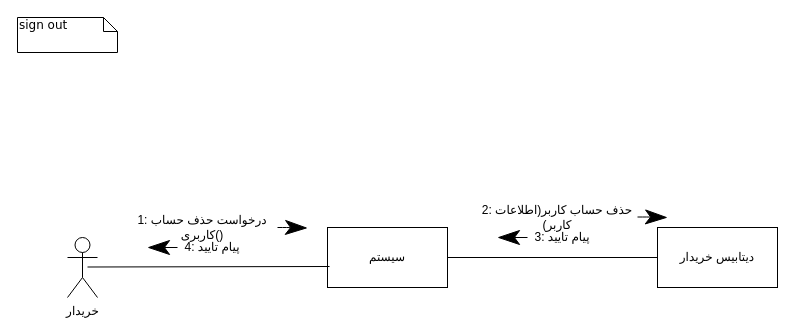
The draw.io diagram Behavioural Modeling/Communication Diagrams/customer_sign_out.drawio in khoramian/TahDig_SoftwareEngineering, before the edit. Source tidied: cells renumbered, new cells numbered last; positions are measured from the earlier drawing's top-left corner, leaving out a move shared by most shapes. Both pictures are drawn from the tidied source at 100%, with x=0, y=0 at pixel (17, 17).
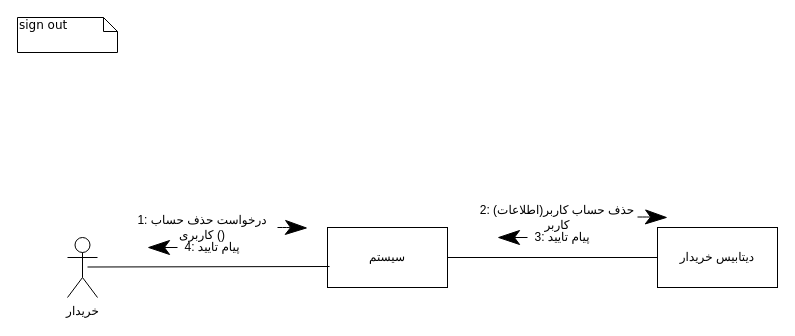
The same page after the edit.

The edit, as a diff of the source:
```diff
@@
-    <mxCell id="6" value="1: درخواست حذف حساب کاربری()" style="text;html=1;strokeColor=none;fillColor=none;align=center;verticalAlign=middle;whiteSpace=wrap;rounded=0;" parent="1" vertex="1">
+    <mxCell id="6" value="1: درخواست حذف حساب کاربری ()" style="text;html=1;strokeColor=none;fillColor=none;align=center;verticalAlign=middle;whiteSpace=wrap;rounded=0;" parent="1" vertex="1">
       <mxGeometry x="110" y="200" width="150" height="20" as="geometry" />
     </mxCell>
@@
-    <mxCell id="11" value="2: حذف حساب کاربر(اطلاعات کاربر)" style="text;html=1;strokeColor=none;fillColor=none;align=center;verticalAlign=middle;whiteSpace=wrap;rounded=0;" parent="1" vertex="1">
+    <mxCell id="11" value="2: (حذف حساب کاربر(اطلاعات کاربر" style="text;html=1;strokeColor=none;fillColor=none;align=center;verticalAlign=middle;whiteSpace=wrap;rounded=0;" parent="1" vertex="1">
       <mxGeometry x="450" y="190" width="180" height="20" as="geometry" />
     </mxCell>
```
